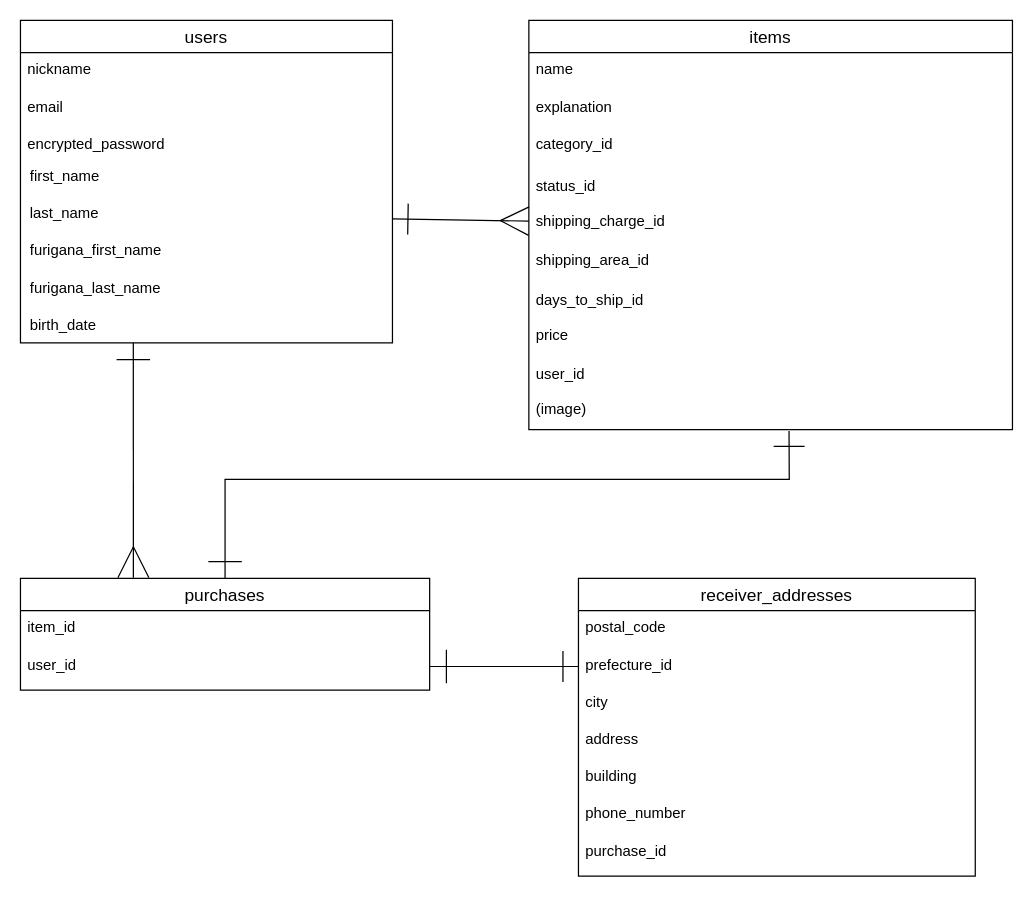
This is er-illustration.dio from toshikingjr/furima-36107, a draw.io file, before an edit. Source tidied: cells renumbered, new cells numbered last; positions are measured from the earlier drawing's top-left corner, leaving out a move shared by most shapes. Both pictures are drawn from the tidied source at 124%, with x=0, y=0 at pixel (20, 20).
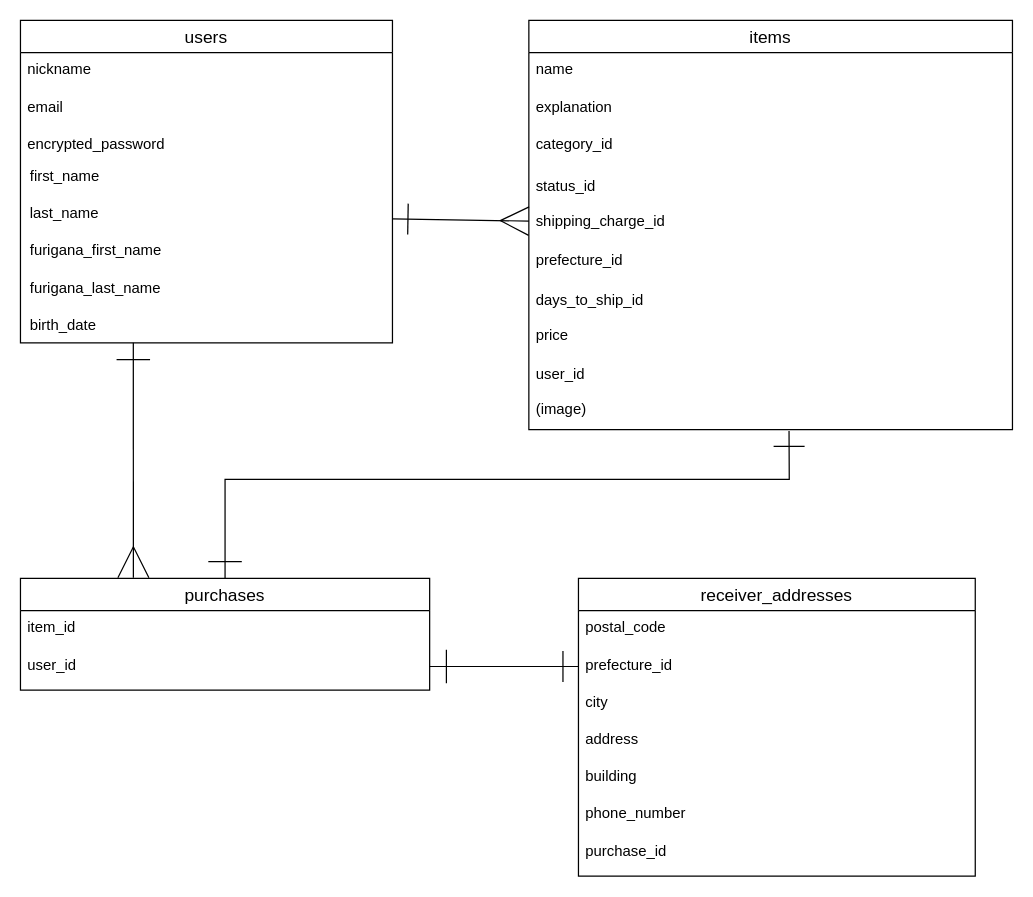
After the change.

Commit message (it also covers changes not shown here):
DB設計の修正４

Change to the diagram source:
```diff
@@
-    <mxCell id="17" value="shipping_area_id" style="text;strokeColor=none;fillColor=none;spacingLeft=4;spacingRight=4;overflow=hidden;fontSize=12;" parent="1" vertex="1">
+    <mxCell id="17" value="prefecture_id" style="text;strokeColor=none;fillColor=none;spacingLeft=4;spacingRight=4;overflow=hidden;fontSize=12;" parent="1" vertex="1">
       <mxGeometry x="410" y="180" width="390" height="32" as="geometry" />
     </mxCell>
```
